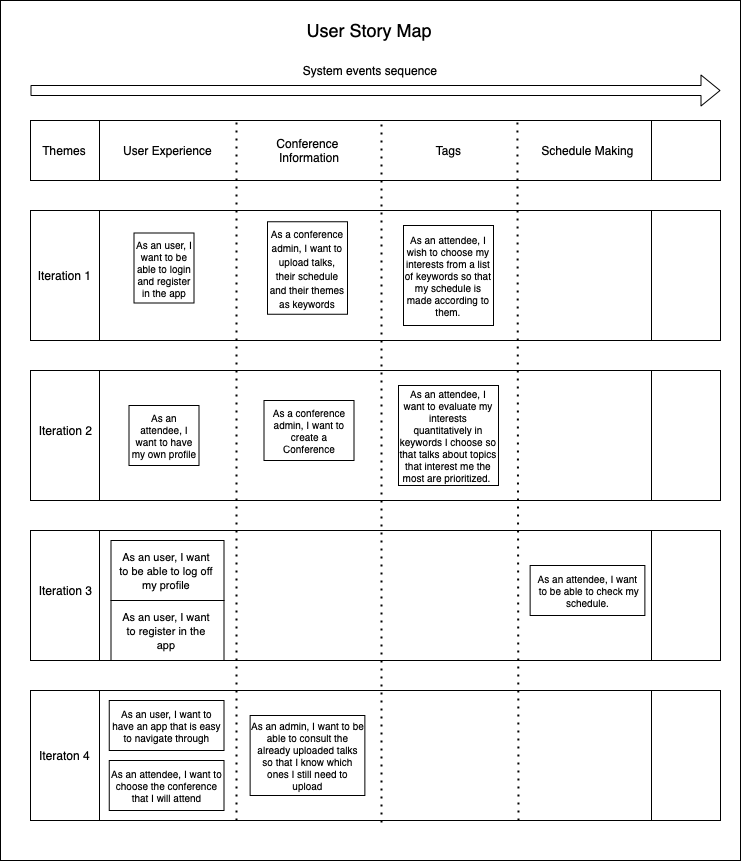
Before: img/user_story_map.png, a diagram exported from draw.io (claramoreirag/FEUP-ESOF). Source tidied: cells renumbered, new cells last; positions are measured from the earlier drawing's top-left corner, leaving out a move shared by most shapes.
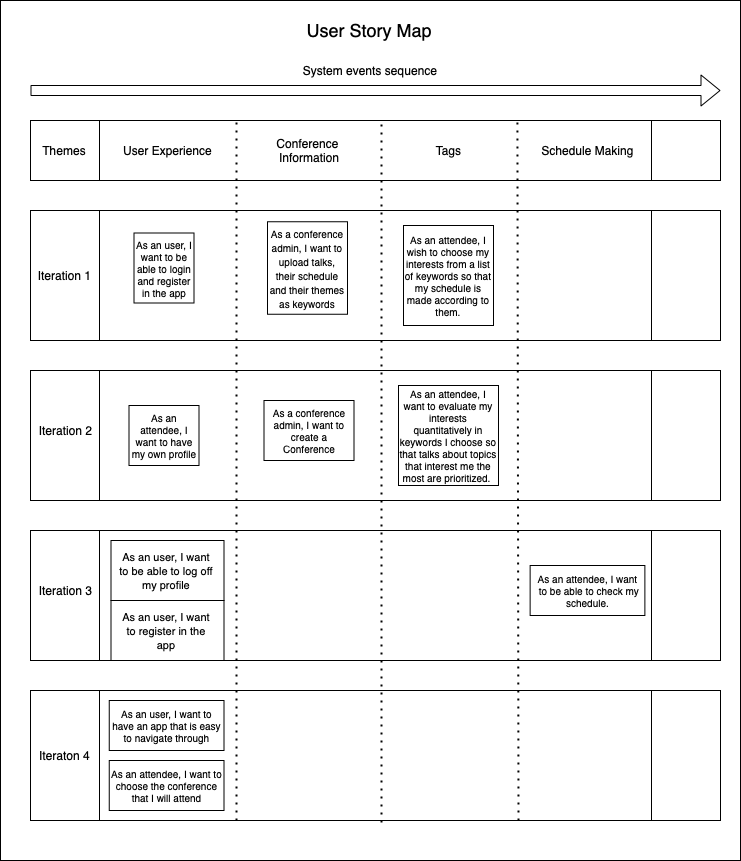
The same diagram one commit later.

Diff of the diagram source:
```diff
@@ -122,9 +122,6 @@
     <mxCell id="37" value="As an user, I want to have an app that is easy to navigate through" style="rounded=0;whiteSpace=wrap;html=1;fontSize=10;align=center;" parent="1" vertex="1">
       <mxGeometry x="108.8" y="700" width="114.8" height="50" as="geometry" />
     </mxCell>
-    <mxCell id="38" value="As an admin, I want to be able to consult the already uploaded talks so that I know which ones I still need to upload" style="rounded=0;whiteSpace=wrap;html=1;fontSize=10;align=center;" parent="1" vertex="1">
-      <mxGeometry x="249.6" y="715" width="114.8" height="80" as="geometry" />
-    </mxCell>
     <mxCell id="39" value="As an attendee, I want to choose the conference that I will attend" style="rounded=0;whiteSpace=wrap;html=1;fontSize=10;align=center;" parent="1" vertex="1">
       <mxGeometry x="108.8" y="760" width="114.8" height="50" as="geometry" />
     </mxCell>
```
